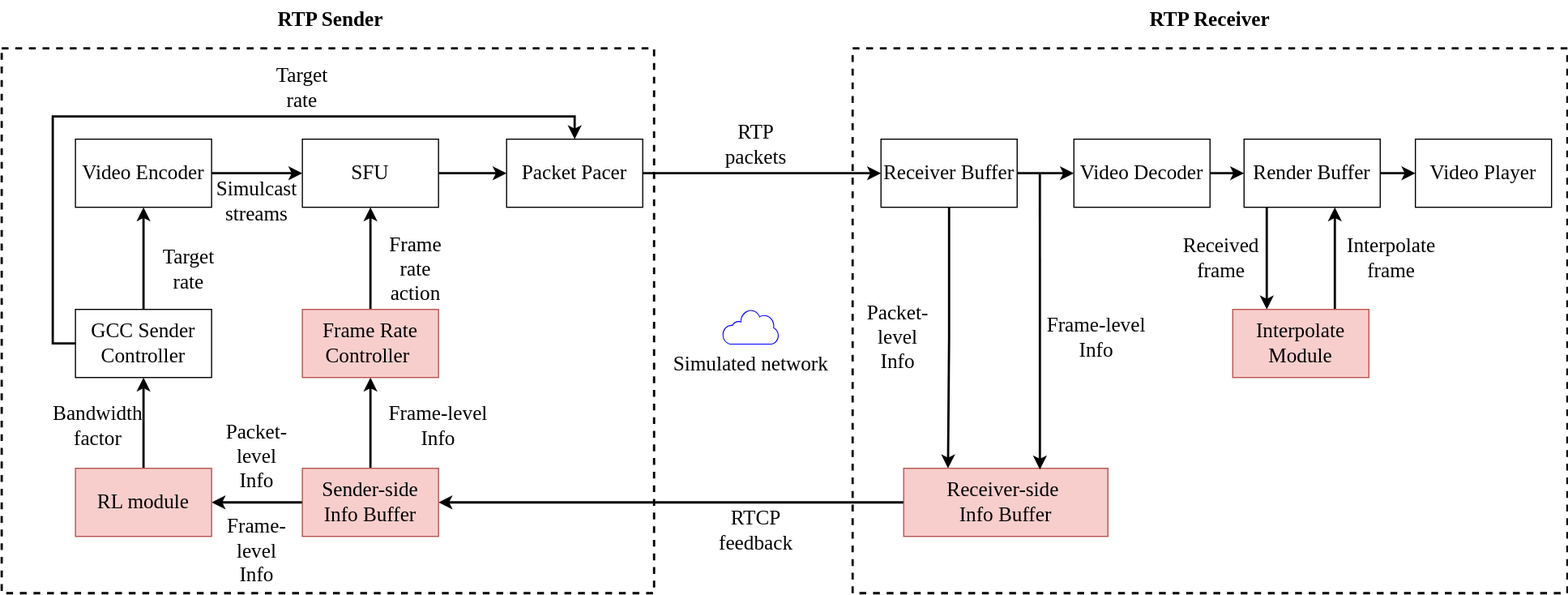
Earlier version of the draw.io export system.drawio.svg (xiaosayin/c-educoder). Source tidied: cells renumbered, new cells last; positions are measured from the earlier drawing's top-left corner, leaving out a move shared by most shapes.
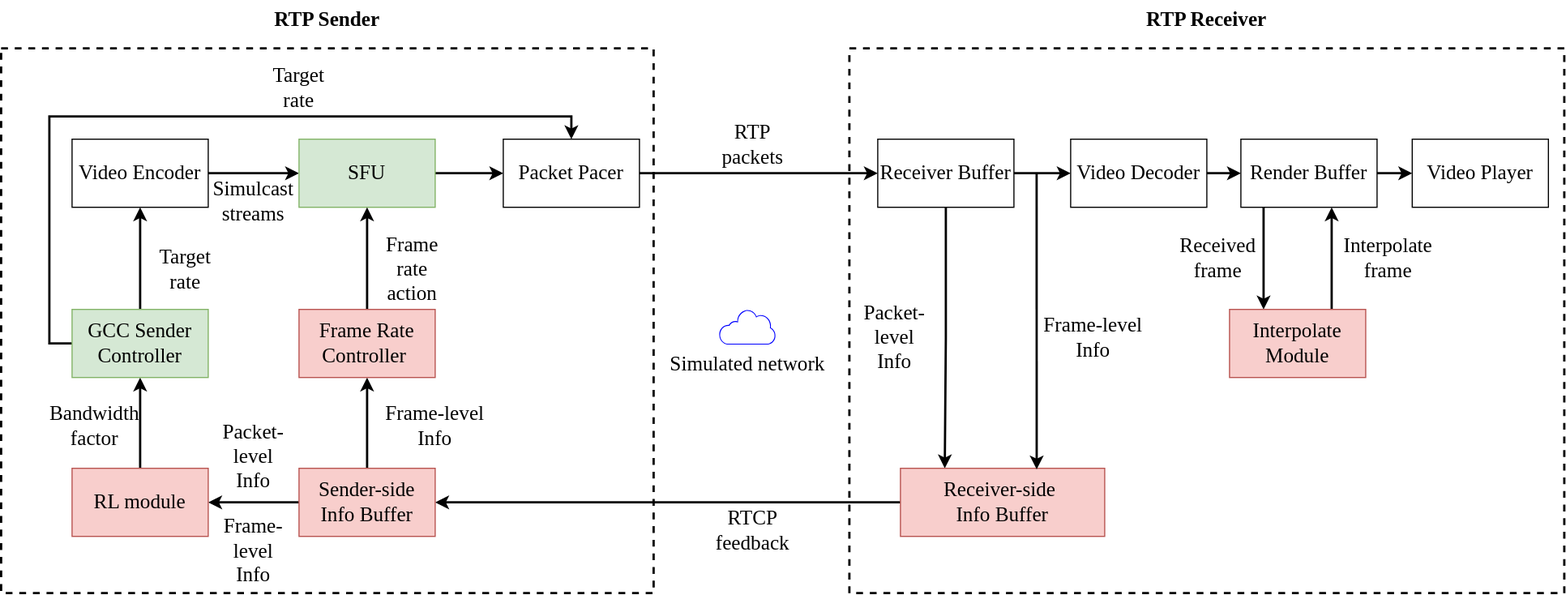
After the commit.

Diff of the diagram source:
```diff
@@ -11,7 +11,7 @@
     <mxCell id="4" style="edgeStyle=orthogonalEdgeStyle;rounded=0;jettySize=auto;html=1;strokeWidth=2;fontFamily=Times New Roman;fontSize=18;" parent="1" edge="1" source="5" target="8">
       <mxGeometry relative="1" as="geometry" />
     </mxCell>
-    <mxCell id="5" value="&lt;font style=&quot;font-size: 18px;&quot;&gt;SFU&lt;/font&gt;" style="rounded=0;whiteSpace=wrap;html=1;fontFamily=Times New Roman;fontSize=18;" parent="1" vertex="1">
+    <mxCell id="5" value="&lt;font style=&quot;font-size: 18px;&quot;&gt;SFU&lt;/font&gt;" style="rounded=0;whiteSpace=wrap;html=1;fontFamily=Times New Roman;fontSize=18;fillColor=#d5e8d4;strokeColor=#82b366;" parent="1" vertex="1">
       <mxGeometry x="265" y="120" width="120" height="60" as="geometry" />
     </mxCell>
     <mxCell id="6" value="&lt;font style=&quot;font-size: 18px;&quot;&gt;Simulcast streams&lt;/font&gt;" style="text;html=1;strokeColor=none;fillColor=none;align=center;verticalAlign=middle;whiteSpace=wrap;rounded=0;fontFamily=Times New Roman;fontSize=18;" parent="1" vertex="1">
@@ -130,7 +130,7 @@
     <mxCell id="38" style="edgeStyle=orthogonalEdgeStyle;rounded=0;jettySize=auto;html=1;exitX=0;exitY=0.5;exitDx=0;exitDy=0;entryX=0.5;entryY=0;entryDx=0;entryDy=0;strokeWidth=2;fontFamily=Times New Roman;fontSize=18;" parent="1" edge="1" source="39" target="8">
       <mxGeometry relative="1" as="geometry" />
     </mxCell>
-    <mxCell id="39" value="&lt;p style=&quot;font-size: 18px;&quot;&gt;&lt;font style=&quot;font-size: 18px;&quot;&gt;GCC Sender Controller&lt;/font&gt;&lt;/p&gt;" style="whiteSpace=wrap;html=1;rounded=0;fontFamily=Times New Roman;fontSize=18;" parent="1" vertex="1">
+    <mxCell id="39" value="&lt;p style=&quot;font-size: 18px;&quot;&gt;&lt;font style=&quot;font-size: 18px;&quot;&gt;GCC Sender Controller&lt;/font&gt;&lt;/p&gt;" style="whiteSpace=wrap;html=1;rounded=0;fontFamily=Times New Roman;fontSize=18;fillColor=#d5e8d4;strokeColor=#82b366;" parent="1" vertex="1">
       <mxGeometry x="65" y="270" width="120" height="60" as="geometry" />
     </mxCell>
     <mxCell id="40" value="&lt;font style=&quot;font-size: 18px;&quot;&gt;Bandwidth factor&lt;/font&gt;" style="text;html=1;strokeColor=none;fillColor=none;align=center;verticalAlign=middle;whiteSpace=wrap;rounded=0;fontFamily=Times New Roman;fontSize=18;" parent="1" vertex="1">
@@ -152,7 +152,7 @@
       <mxGeometry x="750" y="40" width="630" height="480" as="geometry" />
     </mxCell>
     <mxCell id="46" style="rounded=0;whiteSpace=wrap;html=1;dashed=1;strokeWidth=2;fontFamily=Times New Roman;fontSize=18;fillColor=none;" parent="1" vertex="1">
-      <mxGeometry y="40" width="575" height="480" as="geometry" />
+      <mxGeometry x="2.5" y="40" width="575" height="480" as="geometry" />
     </mxCell>
     <mxCell id="47" value="&lt;b style=&quot;font-size: 18px;&quot;&gt;RTP Receiver&lt;/b&gt;" style="text;html=1;strokeColor=none;fillColor=none;align=center;verticalAlign=middle;whiteSpace=wrap;rounded=0;strokeWidth=5;fontFamily=Times New Roman;fontSize=18;" parent="1" vertex="1">
       <mxGeometry x="1010" width="110" height="30" as="geometry" />
```
